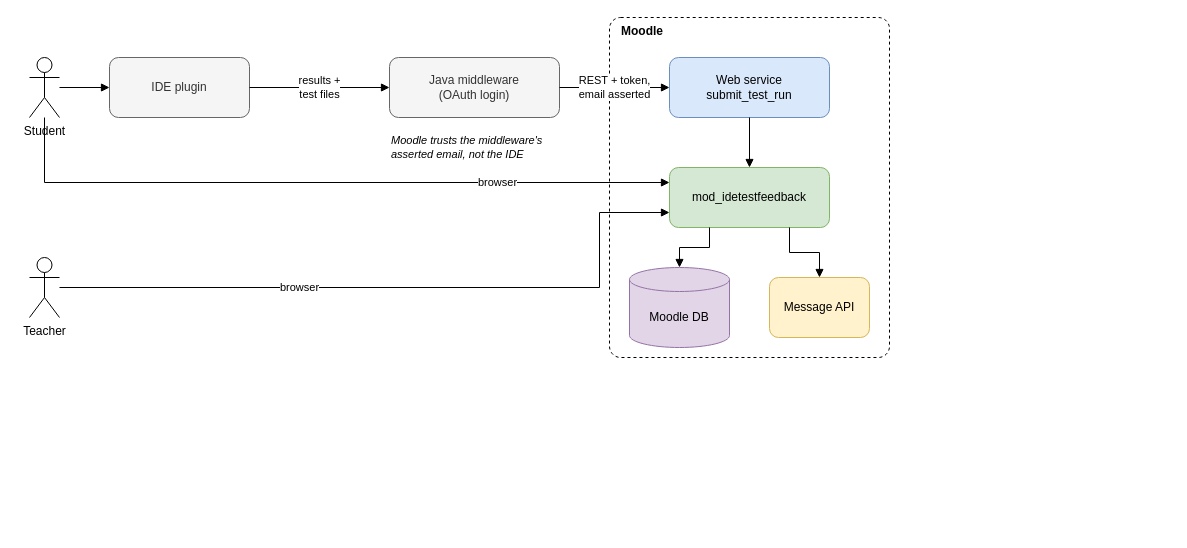
Earlier version of the draw.io diagram page "1 System context" (1 of 5) of docs/architecture.drawio (maanusroosioks/moodleplugin). Source tidied: cells renumbered, new cells numbered last; positions are measured from the earlier drawing's top-left corner, leaving out a move shared by most shapes. Both pictures are drawn from the tidied source at 100%, with x=0, y=0 at pixel (29, 17).
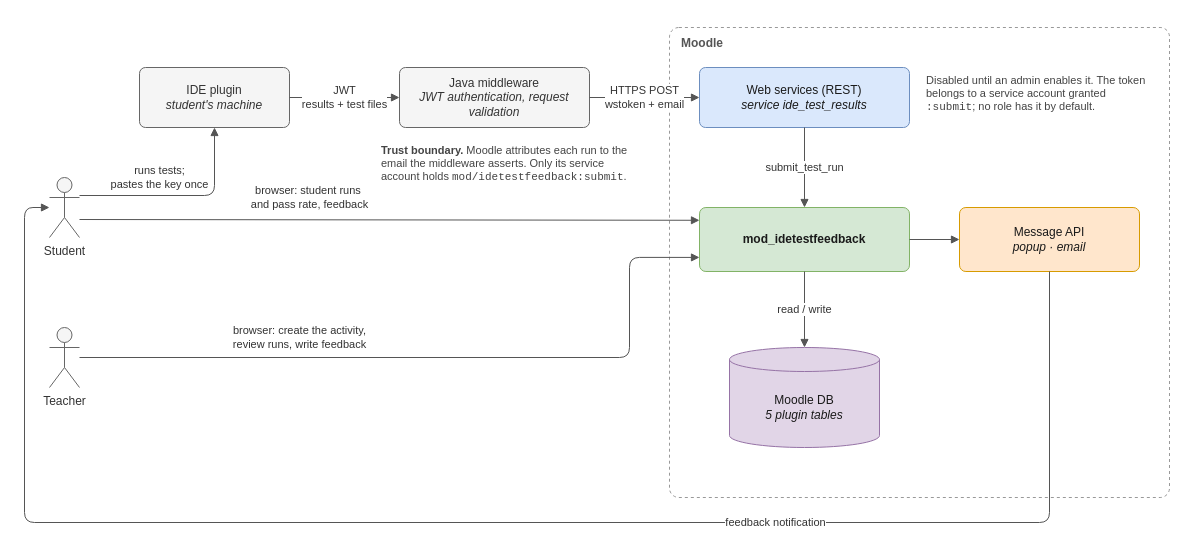
The same diagram, later.

Diff of the diagram source:
```diff
@@
-    <mxCell id="2" value="Student" style="shape=umlActor;verticalLabelPosition=bottom;verticalAlign=top;html=1;outlineConnect=0;" parent="1" vertex="1">
-      <mxGeometry y="40" width="30" height="60" as="geometry" />
+    <mxCell id="2" value="Student" style="shape=umlActor;verticalLabelPosition=bottom;verticalAlign=top;html=1;outlineConnect=0;fontSize=12;fillColor=#f5f5f5;strokeColor=#666666;fontColor=#333333;" parent="1" vertex="1">
+      <mxGeometry x="20" y="160" width="30" height="60" as="geometry" />
     </mxCell>
-    <mxCell id="3" value="Teacher" style="shape=umlActor;verticalLabelPosition=bottom;verticalAlign=top;html=1;outlineConnect=0;" parent="1" vertex="1">
-      <mxGeometry y="240" width="30" height="60" as="geometry" />
+    <mxCell id="3" value="Teacher" style="shape=umlActor;verticalLabelPosition=bottom;verticalAlign=top;html=1;outlineConnect=0;fontSize=12;fillColor=#f5f5f5;strokeColor=#666666;fontColor=#333333;" parent="1" vertex="1">
+      <mxGeometry x="20" y="310" width="30" height="60" as="geometry" />
     </mxCell>
-    <mxCell id="4" value="IDE plugin" style="rounded=1;whiteSpace=wrap;html=1;fontSize=12;fillColor=#f5f5f5;strokeColor=#666666;fontColor=#333333;" parent="1" vertex="1">
-      <mxGeometry x="80" y="40" width="140" height="60" as="geometry" />
-    </mxCell>
-    <mxCell id="5" value="Java middleware&lt;br&gt;(OAuth login)" style="rounded=1;whiteSpace=wrap;html=1;fontSize=12;fillColor=#f5f5f5;strokeColor=#666666;fontColor=#333333;" parent="1" vertex="1">
-      <mxGeometry x="360" y="40" width="170" height="60" as="geometry" />
-    </mxCell>
-    <mxCell id="6" value="&lt;i&gt;Moodle trusts the middleware's&lt;br&gt;asserted email, not the IDE&lt;/i&gt;" style="text;html=1;align=left;verticalAlign=middle;whiteSpace=wrap;fontSize=11;" parent="1" vertex="1">
-      <mxGeometry x="360" y="110" width="200" height="40" as="geometry" />
-    </mxCell>
+    <mxCell id="20" value="IDE plugin&lt;br&gt;&lt;i&gt;student's machine&lt;/i&gt;" style="rounded=1;whiteSpace=wrap;html=1;fontSize=12;arcSize=10;fillColor=#f5f5f5;strokeColor=#666666;fontColor=#333333;" parent="1" vertex="1">
+      <mxGeometry x="110" y="50" width="150" height="60" as="geometry" />
+    </mxCell>
+    <mxCell id="21" value="Java middleware&lt;br&gt;&lt;i&gt;JWT authentication, request validation&lt;/i&gt;" style="rounded=1;whiteSpace=wrap;html=1;fontSize=12;arcSize=10;fillColor=#f5f5f5;strokeColor=#666666;fontColor=#333333;" parent="1" vertex="1">
+      <mxGeometry x="370" y="50" width="190" height="60" as="geometry" />
+    </mxCell>
+    <mxCell id="22" value="&lt;b&gt;Trust boundary.&lt;/b&gt; Moodle attributes each run to the email the middleware asserts. Only its service account holds &lt;code&gt;mod/idetestfeedback:submit&lt;/code&gt;." style="text;html=1;align=left;verticalAlign=top;whiteSpace=wrap;fontSize=11;fontColor=#444444;" parent="1" vertex="1">
+      <mxGeometry x="350" y="120" width="250" height="60" as="geometry" />
+    </mxCell>
-    <mxCell id="7" value="Moodle" style="rounded=1;whiteSpace=wrap;html=1;dashed=1;verticalAlign=top;align=left;spacingLeft=10;fontStyle=1;fillColor=none;arcSize=4;" parent="1" vertex="1">
-      <mxGeometry x="580" width="280" height="340" as="geometry" />
+    <mxCell id="7" value="Moodle" style="rounded=1;whiteSpace=wrap;html=1;dashed=1;verticalAlign=top;align=left;spacingLeft=10;spacingTop=2;fontStyle=1;fontSize=12;fillColor=none;arcSize=2;strokeColor=#999999;fontColor=#555555;" parent="1" vertex="1">
+      <mxGeometry x="640" y="10" width="500" height="470" as="geometry" />
     </mxCell>
-    <mxCell id="8" value="Web service&lt;br&gt;submit_test_run" style="rounded=1;whiteSpace=wrap;html=1;fontSize=12;fillColor=#dae8fc;strokeColor=#6c8ebf;" parent="7" vertex="1">
-      <mxGeometry x="60" y="40" width="160" height="60" as="geometry" />
-    </mxCell>
+    <mxCell id="23" value="Web services (REST)&lt;br&gt;&lt;i&gt;service ide_test_results&lt;/i&gt;" style="rounded=1;whiteSpace=wrap;html=1;fontSize=12;arcSize=10;fillColor=#dae8fc;strokeColor=#6c8ebf;fontColor=#1a1a1a;" parent="7" vertex="1">
+      <mxGeometry x="30" y="40" width="210" height="60" as="geometry" />
+    </mxCell>
+    <mxCell id="24" value="Disabled until an admin enables it. The token belongs to a service account granted &lt;code&gt;:submit&lt;/code&gt;; no role has it by default." style="text;html=1;align=left;verticalAlign=top;whiteSpace=wrap;fontSize=11;fontColor=#444444;" parent="7" vertex="1">
+      <mxGeometry x="255" y="40" width="230" height="70" as="geometry" />
+    </mxCell>
-    <mxCell id="9" value="mod_idetestfeedback" style="rounded=1;whiteSpace=wrap;html=1;fontSize=12;fillColor=#d5e8d4;strokeColor=#82b366;" parent="7" vertex="1">
-      <mxGeometry x="60" y="150" width="160" height="60" as="geometry" />
+    <mxCell id="9" value="&lt;b&gt;mod_idetestfeedback&lt;/b&gt;" style="rounded=1;whiteSpace=wrap;html=1;fontSize=12;arcSize=10;fillColor=#d5e8d4;strokeColor=#82b366;fontColor=#1a1a1a;" parent="7" vertex="1">
+      <mxGeometry x="30" y="180" width="210" height="64" as="geometry" />
     </mxCell>
-    <mxCell id="10" value="Moodle DB" style="shape=cylinder3;whiteSpace=wrap;html=1;boundedLbl=1;backgroundOutline=1;size=12;fillColor=#e1d5e7;strokeColor=#9673a6;" parent="7" vertex="1">
-      <mxGeometry x="20" y="250" width="100" height="80" as="geometry" />
-    </mxCell>
-    <mxCell id="11" value="Message API" style="rounded=1;whiteSpace=wrap;html=1;fontSize=12;fillColor=#fff2cc;strokeColor=#d6b656;" parent="7" vertex="1">
-      <mxGeometry x="160" y="260" width="100" height="60" as="geometry" />
-    </mxCell>
-    <mxCell id="12" style="edgeStyle=orthogonalEdgeStyle;rounded=0;html=1;endArrow=block;endFill=1;labelBackgroundColor=default;fontSize=11;exitX=1;exitY=0.5;exitDx=0;exitDy=0;entryX=0;entryY=0.5;entryDx=0;entryDy=0;" parent="1" edge="1" source="2" target="4">
-      <mxGeometry relative="1" as="geometry" />
-    </mxCell>
-    <mxCell id="13" value="results +&lt;br&gt;test files" style="edgeStyle=orthogonalEdgeStyle;rounded=0;html=1;endArrow=block;endFill=1;labelBackgroundColor=default;fontSize=11;exitX=1;exitY=0.5;exitDx=0;exitDy=0;entryX=0;entryY=0.5;entryDx=0;entryDy=0;" parent="1" edge="1" source="4" target="5">
-      <mxGeometry relative="1" as="geometry" />
-    </mxCell>
-    <mxCell id="14" value="REST + token,&lt;br&gt;email asserted" style="edgeStyle=orthogonalEdgeStyle;rounded=0;html=1;endArrow=block;endFill=1;labelBackgroundColor=default;fontSize=11;exitX=1;exitY=0.5;exitDx=0;exitDy=0;entryX=0;entryY=0.5;entryDx=0;entryDy=0;" parent="1" edge="1" source="5" target="8">
-      <mxGeometry relative="1" as="geometry" />
-    </mxCell>
-    <mxCell id="15" style="edgeStyle=orthogonalEdgeStyle;rounded=0;html=1;endArrow=block;endFill=1;labelBackgroundColor=default;fontSize=11;exitX=0.5;exitY=1;exitDx=0;exitDy=0;entryX=0.5;entryY=0;entryDx=0;entryDy=0;" parent="1" edge="1" source="8" target="9">
-      <mxGeometry relative="1" as="geometry" />
-    </mxCell>
-    <mxCell id="16" style="edgeStyle=orthogonalEdgeStyle;rounded=0;html=1;endArrow=block;endFill=1;labelBackgroundColor=default;fontSize=11;exitX=0.25;exitY=1;exitDx=0;exitDy=0;entryX=0.5;entryY=0;entryDx=0;entryDy=0;" parent="1" edge="1" source="9" target="10">
-      <mxGeometry relative="1" as="geometry" />
-    </mxCell>
-    <mxCell id="17" style="edgeStyle=orthogonalEdgeStyle;rounded=0;html=1;endArrow=block;endFill=1;labelBackgroundColor=default;fontSize=11;exitX=0.75;exitY=1;exitDx=0;exitDy=0;entryX=0.5;entryY=0;entryDx=0;entryDy=0;" parent="1" edge="1" source="9" target="11">
-      <mxGeometry relative="1" as="geometry" />
-    </mxCell>
+    <mxCell id="25" value="Message API&lt;br&gt;&lt;i&gt;popup · email&lt;/i&gt;" style="rounded=1;whiteSpace=wrap;html=1;fontSize=12;arcSize=10;fillColor=#ffe6cc;strokeColor=#d79b00;fontColor=#1a1a1a;" parent="7" vertex="1">
+      <mxGeometry x="290" y="180" width="180" height="64" as="geometry" />
+    </mxCell>
+    <mxCell id="26" value="Moodle DB&lt;br&gt;&lt;i&gt;5 plugin tables&lt;/i&gt;" style="shape=cylinder3;whiteSpace=wrap;html=1;boundedLbl=1;backgroundOutline=1;size=12;fontSize=12;fillColor=#e1d5e7;strokeColor=#9673a6;fontColor=#1a1a1a;" parent="7" vertex="1">
+      <mxGeometry x="60" y="320" width="150" height="100" as="geometry" />
+    </mxCell>
+    <mxCell id="27" value="runs tests;&lt;br&gt;pastes the key once" style="edgeStyle=orthogonalEdgeStyle;rounded=1;html=1;endArrow=block;endFill=1;fontSize=11;labelBackgroundColor=default;jumpStyle=arc;jumpSize=10;strokeColor=#555555;fontColor=#333333;exitX=1;exitY=0.3;exitDx=0;exitDy=0;entryX=0.5;entryY=1;entryDx=0;entryDy=0;" parent="1" edge="1" source="2" target="20">
+      <mxGeometry x="-0.21" y="18" relative="1" as="geometry">
+        <Array as="points">
+          <mxPoint x="185" y="178" />
+        </Array>
+      </mxGeometry>
+    </mxCell>
+    <mxCell id="28" value="JWT&lt;br&gt;results + test files" style="edgeStyle=orthogonalEdgeStyle;rounded=1;html=1;endArrow=block;endFill=1;fontSize=11;labelBackgroundColor=default;jumpStyle=arc;jumpSize=10;strokeColor=#555555;fontColor=#333333;" parent="1" edge="1" source="20" target="21">
+      <mxGeometry relative="1" as="geometry" />
+    </mxCell>
+    <mxCell id="29" value="HTTPS POST&lt;br&gt;wstoken + email" style="edgeStyle=orthogonalEdgeStyle;rounded=1;html=1;endArrow=block;endFill=1;fontSize=11;labelBackgroundColor=default;jumpStyle=arc;jumpSize=10;strokeColor=#555555;fontColor=#333333;" parent="1" edge="1" source="21" target="23">
+      <mxGeometry relative="1" as="geometry" />
+    </mxCell>
+    <mxCell id="30" value="submit_test_run" style="edgeStyle=orthogonalEdgeStyle;rounded=1;html=1;endArrow=block;endFill=1;fontSize=11;labelBackgroundColor=default;jumpStyle=arc;jumpSize=10;strokeColor=#555555;fontColor=#333333;" parent="1" edge="1" source="23" target="9">
+      <mxGeometry relative="1" as="geometry" />
+    </mxCell>
+    <mxCell id="31" value="read / write" style="edgeStyle=orthogonalEdgeStyle;rounded=1;html=1;endArrow=block;endFill=1;fontSize=11;labelBackgroundColor=default;jumpStyle=arc;jumpSize=10;strokeColor=#555555;fontColor=#333333;" parent="1" edge="1" source="9" target="26">
+      <mxGeometry relative="1" as="geometry" />
+    </mxCell>
+    <mxCell id="32" style="edgeStyle=orthogonalEdgeStyle;rounded=1;html=1;endArrow=block;endFill=1;fontSize=11;labelBackgroundColor=default;jumpStyle=arc;jumpSize=10;strokeColor=#555555;fontColor=#333333;" parent="1" edge="1" source="9" target="25">
+      <mxGeometry relative="1" as="geometry" />
+    </mxCell>
+    <mxCell id="33" value="feedback notification" style="edgeStyle=orthogonalEdgeStyle;rounded=1;html=1;endArrow=block;endFill=1;fontSize=11;labelBackgroundColor=default;jumpStyle=arc;jumpSize=10;strokeColor=#555555;fontColor=#333333;exitX=0.5;exitY=1;exitDx=0;exitDy=0;entryX=0;entryY=0.5;entryDx=0;entryDy=0;" parent="1" edge="1" source="25" target="2">
+      <mxGeometry x="-0.35" relative="1" as="geometry">
+        <Array as="points">
+          <mxPoint x="1020" y="505" />
+          <mxPoint x="-5" y="505" />
+          <mxPoint x="-5" y="190" />
+        </Array>
+      </mxGeometry>
+    </mxCell>
-    <mxCell id="18" value="browser" style="edgeStyle=orthogonalEdgeStyle;rounded=0;html=1;endArrow=block;endFill=1;labelBackgroundColor=default;fontSize=11;exitX=0.5;exitY=1;exitDx=0;exitDy=0;entryX=0;entryY=0.25;entryDx=0;entryDy=0;" parent="1" edge="1" source="2" target="9">
-      <mxGeometry x="0.5" relative="1" as="geometry">
-        <Array as="points">
-          <mxPoint x="15" y="165" />
-        </Array>
-      </mxGeometry>
+    <mxCell id="18" value="browser: student runs&amp;nbsp;&lt;div&gt;and pass rate, feedback&lt;/div&gt;" style="edgeStyle=orthogonalEdgeStyle;rounded=1;html=1;endArrow=block;endFill=1;fontSize=11;labelBackgroundColor=default;jumpStyle=arc;jumpSize=10;strokeColor=#555555;fontColor=#333333;exitX=1;exitY=0.7;exitDx=0;exitDy=0;entryX=0;entryY=0.2;entryDx=0;entryDy=0;" parent="1" edge="1" source="2" target="9">
+      <mxGeometry x="-0.26" y="22" relative="1" as="geometry" />
     </mxCell>
-    <mxCell id="19" value="browser" style="edgeStyle=orthogonalEdgeStyle;rounded=0;html=1;endArrow=block;endFill=1;labelBackgroundColor=default;fontSize=11;exitX=1;exitY=0.5;exitDx=0;exitDy=0;entryX=0;entryY=0.75;entryDx=0;entryDy=0;" parent="1" edge="1" source="3" target="9">
-      <mxGeometry x="-0.3" relative="1" as="geometry">
+    <mxCell id="19" value="browser: create the activity,&lt;br&gt;review runs, write feedback" style="edgeStyle=orthogonalEdgeStyle;rounded=1;html=1;endArrow=block;endFill=1;fontSize=11;labelBackgroundColor=default;jumpStyle=arc;jumpSize=10;strokeColor=#555555;fontColor=#333333;exitX=1;exitY=0.5;exitDx=0;exitDy=0;entryX=0;entryY=0.78;entryDx=0;entryDy=0;" parent="1" edge="1" source="3" target="9">
+      <mxGeometry x="-0.39" y="20" relative="1" as="geometry">
         <Array as="points">
-          <mxPoint x="570" y="270" />
-          <mxPoint x="570" y="195" />
+          <mxPoint x="600" y="340" />
+          <mxPoint x="600" y="240" />
         </Array>
       </mxGeometry>
     </mxCell>
```
